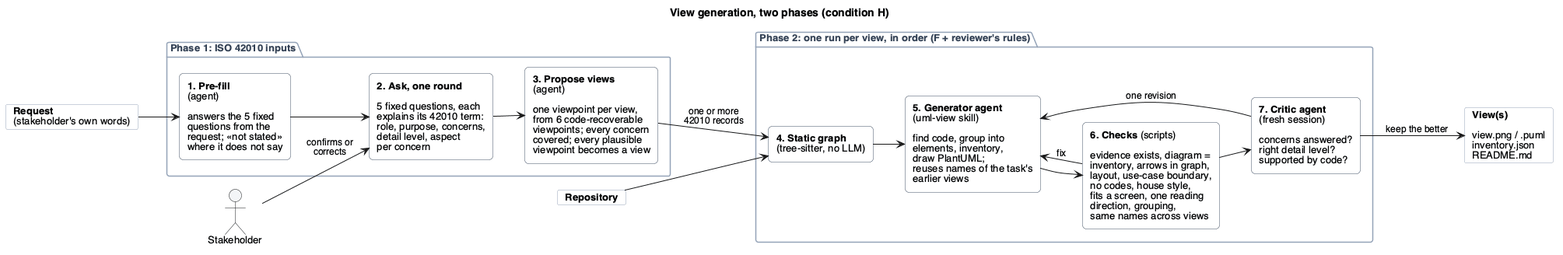
The PlantUML diagram experiments/view-generation-2026-10/docs/architecture-H.png in sa4s-serc/task2View, before a commit.
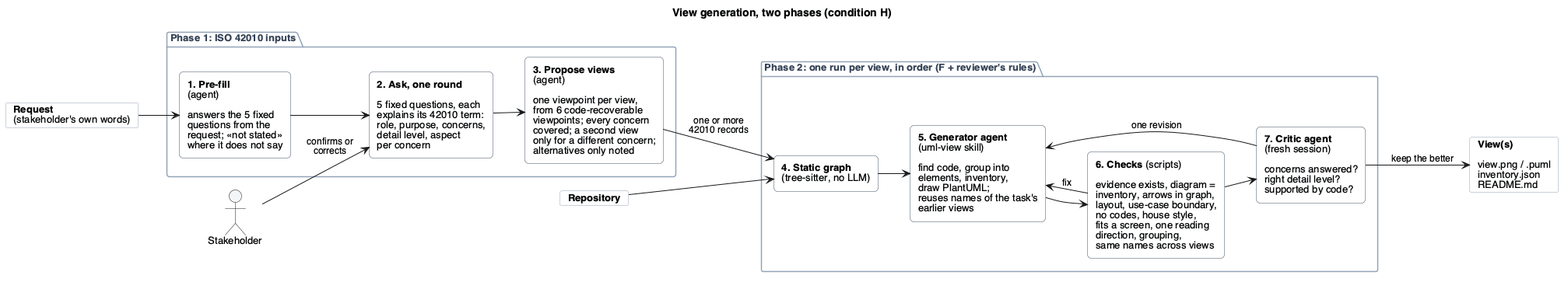
The same file after the commit.

The edit, as a diff of the source:
```diff
@@ -27,7 +27,7 @@
 package "Phase 1: ISO 42010 inputs" {
   rectangle "**1. Pre-fill**\n(agent)\n\nanswers the 5 fixed\nquestions from the\nrequest; «not stated»\nwhere it does not say" as pre
   rectangle "**2. Ask, one round**\n\n5 fixed questions, each\nexplains its 42010 term:\nrole, purpose, concerns,\ndetail level, aspect\nper concern" as ask
-  rectangle "**3. Propose views**\n(agent)\n\none viewpoint per view,\nfrom 6 code-recoverable\nviewpoints; every concern\ncovered; every plausible\nviewpoint becomes a view" as prop
+  rectangle "**3. Propose views**\n(agent)\n\none viewpoint per view,\nfrom 6 code-recoverable\nviewpoints; every concern\ncovered; a second view\nonly for a different concern;\nalternatives only noted" as prop
 }
 
 package "Phase 2: one run per view, in order (F + reviewer's rules)" {
```
